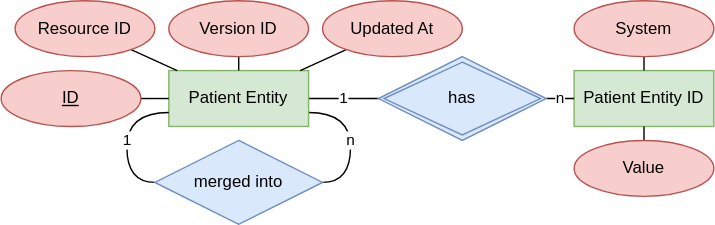
Earlier version of the draw.io export patient-index/erm.svg (tobchen/patient-index). Source tidied: cells renumbered, new cells last; positions are measured from the earlier drawing's top-left corner, leaving out a move shared by most shapes. Source of this version:
```xml
<mxGraphModel>
  <root>
    <mxCell id="0" />
    <mxCell id="1" parent="0" />
    <mxCell id="2" value="1" style="edgeStyle=orthogonalEdgeStyle;rounded=0;jettySize=auto;html=1;endArrow=none;endFill=0;" parent="1" edge="1" source="4" target="19">
      <mxGeometry relative="1" as="geometry" />
    </mxCell>
    <mxCell id="3" value="n" style="edgeStyle=orthogonalEdgeStyle;rounded=0;jettySize=auto;html=1;endArrow=none;endFill=0;curved=1;entryX=1;entryY=0.5;entryDx=0;entryDy=0;" parent="1" edge="1" source="4" target="21">
      <mxGeometry relative="1" as="geometry">
        <Array as="points">
          <mxPoint x="250" y="80" />
          <mxPoint x="250" y="130" />
        </Array>
      </mxGeometry>
    </mxCell>
    <mxCell id="4" value="Patient Entity" style="whiteSpace=wrap;html=1;align=center;fillColor=#d5e8d4;strokeColor=#82b366;" parent="1" vertex="1">
      <mxGeometry x="120" y="50" width="100" height="40" as="geometry" />
    </mxCell>
    <mxCell id="5" value="Patient Entity ID" style="whiteSpace=wrap;html=1;align=center;fillColor=#d5e8d4;strokeColor=#82b366;" parent="1" vertex="1">
      <mxGeometry x="410" y="50" width="100" height="40" as="geometry" />
    </mxCell>
    <mxCell id="6" style="rounded=0;jettySize=auto;html=1;endArrow=none;endFill=0;" parent="1" edge="1" source="7" target="5">
      <mxGeometry relative="1" as="geometry" />
    </mxCell>
    <mxCell id="7" value="System" style="ellipse;whiteSpace=wrap;html=1;align=center;fillColor=#f8cecc;strokeColor=#b85450;" parent="1" vertex="1">
      <mxGeometry x="410" width="100" height="40" as="geometry" />
    </mxCell>
    <mxCell id="8" style="edgeStyle=none;rounded=0;jettySize=auto;html=1;endArrow=none;endFill=0;" parent="1" edge="1" source="9" target="5">
      <mxGeometry relative="1" as="geometry" />
    </mxCell>
    <mxCell id="9" value="Value" style="ellipse;whiteSpace=wrap;html=1;align=center;fillColor=#f8cecc;strokeColor=#b85450;" parent="1" vertex="1">
      <mxGeometry x="410" y="100" width="100" height="40" as="geometry" />
    </mxCell>
    <mxCell id="10" value="n" style="edgeStyle=orthogonalEdgeStyle;rounded=0;jettySize=auto;html=1;endArrow=none;endFill=0;" parent="1" edge="1" source="19" target="5">
      <mxGeometry relative="1" as="geometry" />
    </mxCell>
    <mxCell id="11" style="edgeStyle=none;rounded=0;jettySize=auto;html=1;endArrow=none;endFill=0;" parent="1" edge="1" source="12" target="4">
      <mxGeometry relative="1" as="geometry" />
    </mxCell>
    <mxCell id="12" value="ID" style="ellipse;whiteSpace=wrap;html=1;align=center;fontStyle=4;fillColor=#f8cecc;strokeColor=#b85450;" parent="1" vertex="1">
      <mxGeometry y="50" width="100" height="40" as="geometry" />
    </mxCell>
    <mxCell id="13" style="edgeStyle=none;rounded=0;jettySize=auto;html=1;endArrow=none;endFill=0;" parent="1" edge="1" source="14" target="4">
      <mxGeometry relative="1" as="geometry" />
    </mxCell>
    <mxCell id="14" value="Resource ID" style="ellipse;whiteSpace=wrap;html=1;align=center;fillColor=#f8cecc;strokeColor=#b85450;" parent="1" vertex="1">
      <mxGeometry x="10" width="100" height="40" as="geometry" />
    </mxCell>
    <mxCell id="15" style="edgeStyle=none;rounded=0;jettySize=auto;html=1;endArrow=none;endFill=0;" parent="1" edge="1" source="16" target="4">
      <mxGeometry relative="1" as="geometry" />
    </mxCell>
    <mxCell id="16" value="Version ID" style="ellipse;whiteSpace=wrap;html=1;align=center;fillColor=#f8cecc;strokeColor=#b85450;" parent="1" vertex="1">
      <mxGeometry x="120" width="100" height="40" as="geometry" />
    </mxCell>
    <mxCell id="17" style="edgeStyle=none;rounded=0;jettySize=auto;html=1;endArrow=none;endFill=0;" parent="1" edge="1" source="18" target="4">
      <mxGeometry relative="1" as="geometry" />
    </mxCell>
    <mxCell id="18" value="Updated At" style="ellipse;whiteSpace=wrap;html=1;align=center;fillColor=#f8cecc;strokeColor=#b85450;" parent="1" vertex="1">
      <mxGeometry x="230" width="100" height="40" as="geometry" />
    </mxCell>
    <mxCell id="19" value="has" style="shape=rhombus;double=1;perimeter=rhombusPerimeter;whiteSpace=wrap;html=1;align=center;fillColor=#dae8fc;strokeColor=#6c8ebf;" parent="1" vertex="1">
      <mxGeometry x="270" y="40" width="120" height="60" as="geometry" />
    </mxCell>
    <mxCell id="20" value="1" style="edgeStyle=orthogonalEdgeStyle;curved=1;rounded=0;jettySize=auto;html=1;endArrow=none;endFill=0;exitX=0;exitY=0.5;exitDx=0;exitDy=0;" parent="1" edge="1" source="21" target="4">
      <mxGeometry relative="1" as="geometry">
        <Array as="points">
          <mxPoint x="90" y="130" />
          <mxPoint x="90" y="80" />
        </Array>
      </mxGeometry>
    </mxCell>
    <mxCell id="21" value="merged into" style="shape=rhombus;perimeter=rhombusPerimeter;whiteSpace=wrap;html=1;align=center;fillColor=#dae8fc;strokeColor=#6c8ebf;" parent="1" vertex="1">
      <mxGeometry x="110" y="100" width="120" height="60" as="geometry" />
    </mxCell>
    <mxCell id="22" style="edgeStyle=orthogonalEdgeStyle;curved=1;rounded=0;orthogonalLoop=1;jettySize=auto;html=1;exitX=0.5;exitY=1;exitDx=0;exitDy=0;endArrow=none;endFill=0;" parent="1" edge="1" source="9" target="9">
      <mxGeometry relative="1" as="geometry" />
    </mxCell>
  </root>
</mxGraphModel>
```
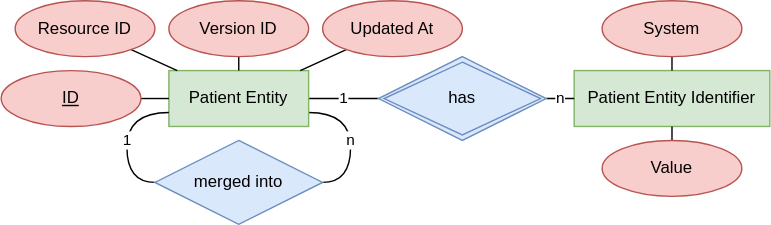
Later version of the same file.

Diff of the diagram source:
```diff
@@ -16,20 +16,20 @@
     <mxCell id="4" value="Patient Entity" style="whiteSpace=wrap;html=1;align=center;fillColor=#d5e8d4;strokeColor=#82b366;" parent="1" vertex="1">
       <mxGeometry x="120" y="50" width="100" height="40" as="geometry" />
     </mxCell>
-    <mxCell id="5" value="Patient Entity ID" style="whiteSpace=wrap;html=1;align=center;fillColor=#d5e8d4;strokeColor=#82b366;" parent="1" vertex="1">
-      <mxGeometry x="410" y="50" width="100" height="40" as="geometry" />
+    <mxCell id="5" value="Patient Entity Identifier" style="whiteSpace=wrap;html=1;align=center;fillColor=#d5e8d4;strokeColor=#82b366;" parent="1" vertex="1">
+      <mxGeometry x="410" y="50" width="140" height="40" as="geometry" />
     </mxCell>
     <mxCell id="6" style="rounded=0;jettySize=auto;html=1;endArrow=none;endFill=0;" parent="1" edge="1" source="7" target="5">
       <mxGeometry relative="1" as="geometry" />
     </mxCell>
     <mxCell id="7" value="System" style="ellipse;whiteSpace=wrap;html=1;align=center;fillColor=#f8cecc;strokeColor=#b85450;" parent="1" vertex="1">
-      <mxGeometry x="410" width="100" height="40" as="geometry" />
+      <mxGeometry x="430" width="100" height="40" as="geometry" />
     </mxCell>
     <mxCell id="8" style="edgeStyle=none;rounded=0;jettySize=auto;html=1;endArrow=none;endFill=0;" parent="1" edge="1" source="9" target="5">
       <mxGeometry relative="1" as="geometry" />
     </mxCell>
     <mxCell id="9" value="Value" style="ellipse;whiteSpace=wrap;html=1;align=center;fillColor=#f8cecc;strokeColor=#b85450;" parent="1" vertex="1">
-      <mxGeometry x="410" y="100" width="100" height="40" as="geometry" />
+      <mxGeometry x="430" y="100" width="100" height="40" as="geometry" />
     </mxCell>
     <mxCell id="10" value="n" style="edgeStyle=orthogonalEdgeStyle;rounded=0;jettySize=auto;html=1;endArrow=none;endFill=0;" parent="1" edge="1" source="19" target="5">
       <mxGeometry relative="1" as="geometry" />
```
